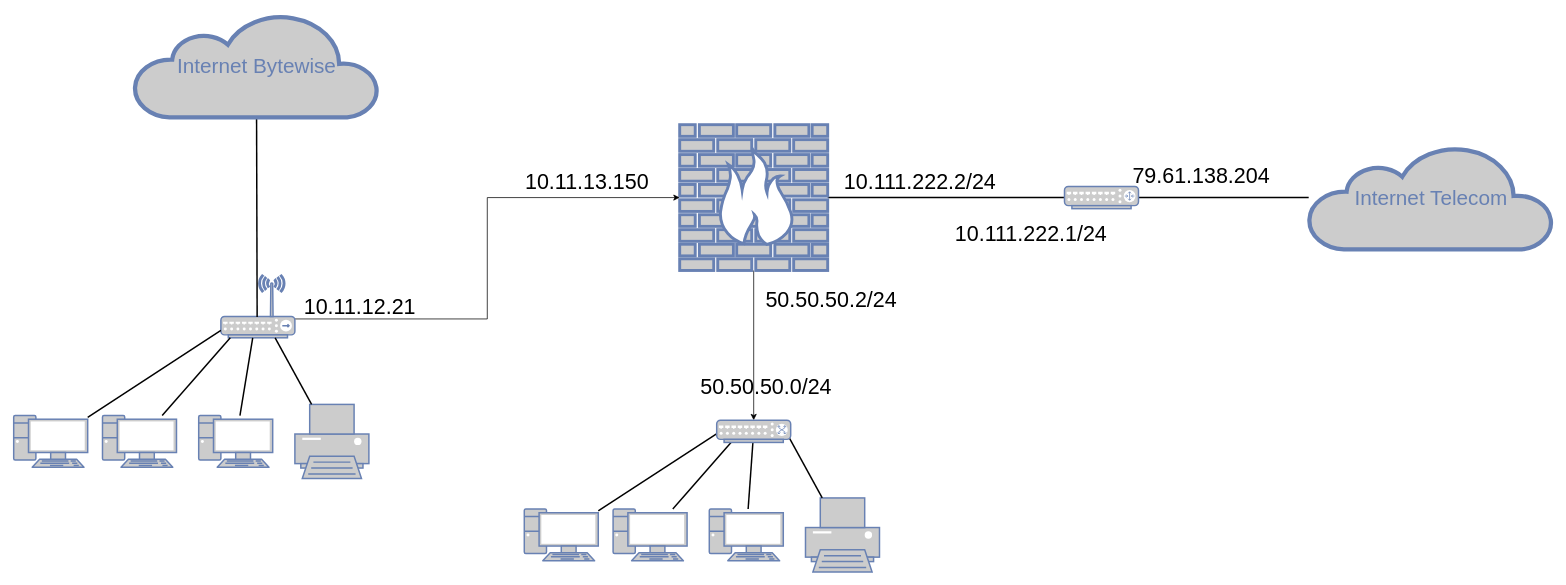
Earlier version of the draw.io diagram NetworkDiagram.drawio (filippovisconti/tirocinio). Source tidied: cells renumbered, new cells numbered last; positions are measured from the earlier drawing's top-left corner, leaving out a move shared by most shapes. Both pictures are drawn from the tidied source at 74%, with x=0, y=0 at pixel (13, 13).
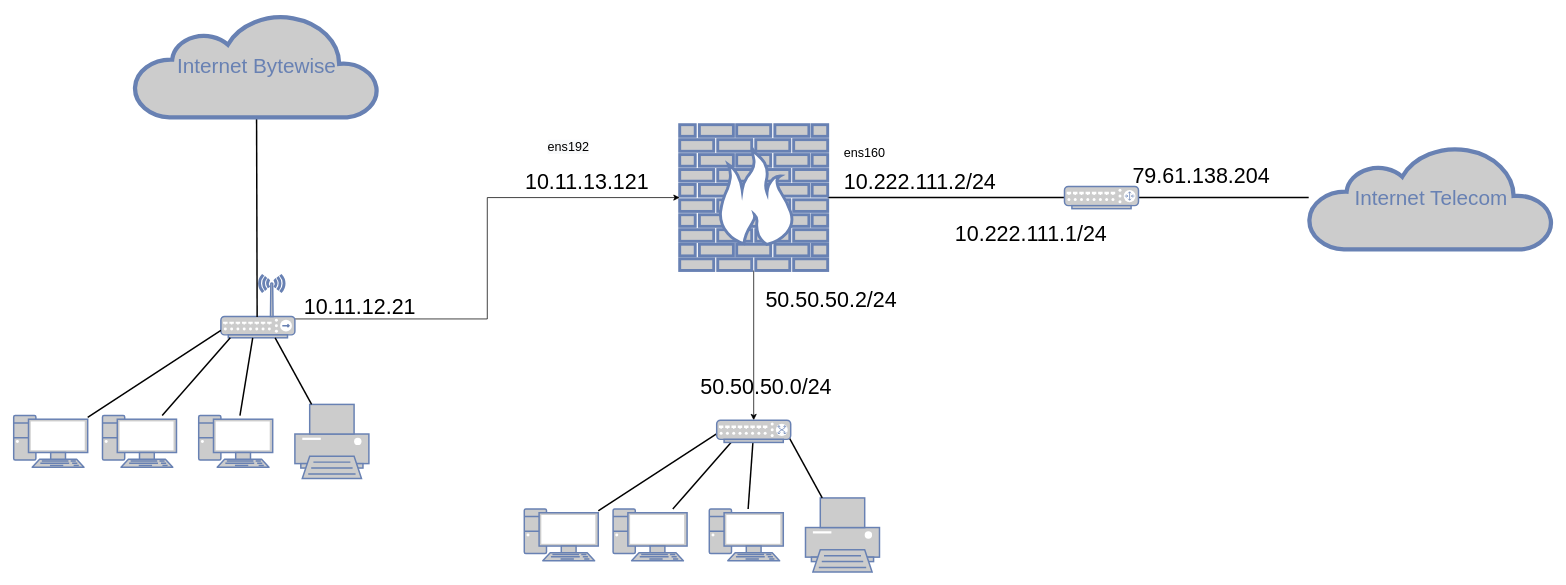
After the change.

The edit, as a diff of the source:
```diff
@@
-    <mxCell id="29" value="&lt;font style=&quot;font-size: 29px&quot;&gt;10.111.222.2/24&lt;/font&gt;" style="text;html=1;strokeColor=none;fillColor=none;align=center;verticalAlign=middle;whiteSpace=wrap;rounded=0;" parent="1" vertex="1">
+    <mxCell id="29" value="&lt;font style=&quot;font-size: 29px&quot;&gt;10.222.111.2/24&lt;/font&gt;" style="text;html=1;strokeColor=none;fillColor=none;align=center;verticalAlign=middle;whiteSpace=wrap;rounded=0;" parent="1" vertex="1">
       <mxGeometry x="1100" y="211.5" width="250" height="30" as="geometry" />
     </mxCell>
-    <mxCell id="30" value="&lt;font style=&quot;font-size: 29px&quot;&gt;10.111.222.1/24&lt;/font&gt;" style="text;html=1;strokeColor=none;fillColor=none;align=center;verticalAlign=middle;whiteSpace=wrap;rounded=0;" parent="1" vertex="1">
+    <mxCell id="30" value="&lt;font style=&quot;font-size: 29px&quot;&gt;10.222.111.1/24&lt;/font&gt;" style="text;html=1;strokeColor=none;fillColor=none;align=center;verticalAlign=middle;whiteSpace=wrap;rounded=0;" parent="1" vertex="1">
       <mxGeometry x="1250" y="281.5" width="250" height="30" as="geometry" />
     </mxCell>
-    <mxCell id="31" value="&lt;font style=&quot;font-size: 29px&quot;&gt;10.11.13.150&lt;/font&gt;" style="text;html=1;strokeColor=none;fillColor=none;align=center;verticalAlign=middle;whiteSpace=wrap;rounded=0;" parent="1" vertex="1">
+    <mxCell id="31" value="&lt;font style=&quot;font-size: 29px&quot;&gt;10.11.13.121&lt;/font&gt;" style="text;html=1;strokeColor=none;fillColor=none;align=center;verticalAlign=middle;whiteSpace=wrap;rounded=0;" parent="1" vertex="1">
       <mxGeometry x="650" y="211.5" width="250" height="30" as="geometry" />
     </mxCell>
@@
+    <mxCell id="36" value="&lt;span style=&quot;font-size: 17px&quot;&gt;ens160&lt;/span&gt;" style="text;html=1;strokeColor=none;fillColor=none;align=center;verticalAlign=middle;whiteSpace=wrap;rounded=0;" parent="1" vertex="1">
+      <mxGeometry x="1120" y="173.5" width="60" height="30" as="geometry" />
+    </mxCell>
+    <mxCell id="37" value="&lt;span style=&quot;color: rgb(0 , 0 , 0) ; font-family: &amp;#34;helvetica&amp;#34; ; font-size: 17px ; font-style: normal ; font-weight: 400 ; letter-spacing: normal ; text-align: center ; text-indent: 0px ; text-transform: none ; word-spacing: 0px ; background-color: rgb(248 , 249 , 250) ; text-decoration: none ; display: inline ; float: none&quot;&gt;ens192&lt;/span&gt;" style="text;whiteSpace=wrap;html=1;fontSize=17;" parent="1" vertex="1">
+      <mxGeometry x="720" y="163.5" width="80" height="40" as="geometry" />
+    </mxCell>
```
